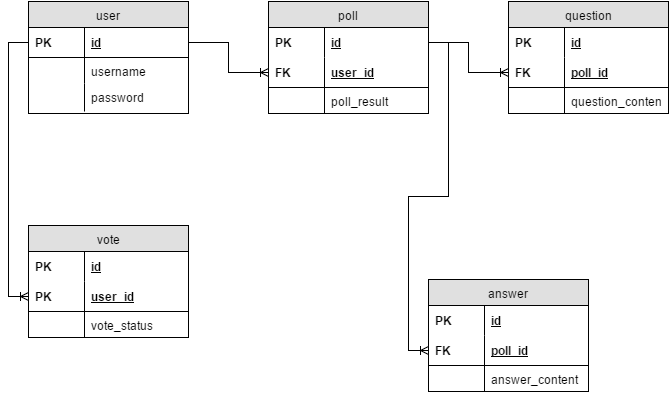
Above: polling_schema.png in blanford-fox-2016/schema-polling (draw.io), before the change. Source tidied: cells renumbered, new cells last; positions are measured from the earlier drawing's top-left corner, leaving out a move shared by most shapes.
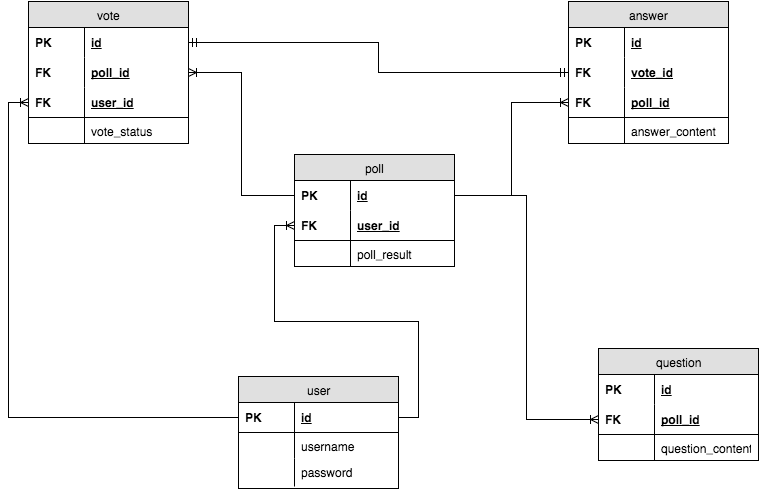
The same file after the commit.

Commit message:
Schema Polling - Revisi

The edit, as a diff of the source:
```diff
@@ -3,7 +3,7 @@
     <mxCell id="0" />
     <mxCell id="1" parent="0" />
     <mxCell id="2" value="user" style="swimlane;html=1;fontStyle=0;horizontal=1;startSize=26;fillColor=#e0e0e0;swimlaneFillColor=#ffffff;align=center;" parent="1" vertex="1">
-      <mxGeometry width="160" height="112" as="geometry" />
+      <mxGeometry x="170" y="398" width="160" height="112" as="geometry" />
     </mxCell>
     <mxCell id="3" value="id" style="shape=partialRectangle;top=0;left=0;right=0;bottom=1;html=1;align=left;verticalAlign=middle;fillColor=none;spacingLeft=60;spacingRight=4;whiteSpace=wrap;overflow=hidden;points=[[0,0.5],[1,0.5]];portConstraint=eastwest;fontStyle=5;" parent="2" vertex="1">
       <mxGeometry y="26" width="160" height="30" as="geometry" />
@@ -24,7 +24,7 @@
       <mxGeometry width="56" height="28" as="geometry" />
     </mxCell>
     <mxCell id="9" value="vote" style="swimlane;html=1;fontStyle=0;horizontal=1;startSize=26;fillColor=#e0e0e0;swimlaneFillColor=#ffffff;align=center;" parent="1" vertex="1">
-      <mxGeometry y="224" width="160" height="112" as="geometry" />
+      <mxGeometry x="-40" y="23" width="160" height="142" as="geometry" />
     </mxCell>
     <mxCell id="10" value="id" style="shape=partialRectangle;top=0;left=0;right=0;bottom=0;html=1;align=left;verticalAlign=middle;fillColor=none;spacingLeft=60;spacingRight=4;whiteSpace=wrap;overflow=hidden;points=[[0,0.5],[1,0.5]];portConstraint=eastwest;fontStyle=5;" parent="9" vertex="1">
       <mxGeometry y="26" width="160" height="30" as="geometry" />
@@ -32,20 +32,26 @@
     <mxCell id="11" value="PK" style="shape=partialRectangle;fontStyle=1;top=0;left=0;bottom=0;html=1;fillColor=none;align=left;verticalAlign=middle;spacingLeft=4;spacingRight=4;whiteSpace=wrap;overflow=hidden;" parent="10" vertex="1">
       <mxGeometry width="56" height="30" as="geometry" />
     </mxCell>
+    <mxCell id="41" value="poll_id" style="shape=partialRectangle;top=0;left=0;right=0;bottom=0;html=1;align=left;verticalAlign=middle;fillColor=none;spacingLeft=60;spacingRight=4;whiteSpace=wrap;overflow=hidden;points=[[0,0.5],[1,0.5]];portConstraint=eastwest;fontStyle=5;" parent="9" vertex="1">
+      <mxGeometry y="56" width="160" height="30" as="geometry" />
+    </mxCell>
+    <mxCell id="42" value="FK" style="shape=partialRectangle;fontStyle=1;top=0;left=0;bottom=0;html=1;fillColor=none;align=left;verticalAlign=middle;spacingLeft=4;spacingRight=4;whiteSpace=wrap;overflow=hidden;" parent="41" vertex="1">
+      <mxGeometry width="56" height="30" as="geometry" />
+    </mxCell>
     <mxCell id="12" value="user_id" style="shape=partialRectangle;top=0;left=0;right=0;bottom=1;html=1;align=left;verticalAlign=middle;fillColor=none;spacingLeft=60;spacingRight=4;whiteSpace=wrap;overflow=hidden;points=[[0,0.5],[1,0.5]];portConstraint=eastwest;fontStyle=5;" parent="9" vertex="1">
-      <mxGeometry y="56" width="160" height="30" as="geometry" />
+      <mxGeometry y="86" width="160" height="30" as="geometry" />
     </mxCell>
-    <mxCell id="13" value="PK" style="shape=partialRectangle;fontStyle=1;top=0;left=0;bottom=0;html=1;fillColor=none;align=left;verticalAlign=middle;spacingLeft=4;spacingRight=4;whiteSpace=wrap;overflow=hidden;" parent="12" vertex="1">
+    <mxCell id="13" value="FK" style="shape=partialRectangle;fontStyle=1;top=0;left=0;bottom=0;html=1;fillColor=none;align=left;verticalAlign=middle;spacingLeft=4;spacingRight=4;whiteSpace=wrap;overflow=hidden;" parent="12" vertex="1">
       <mxGeometry width="56" height="30" as="geometry" />
     </mxCell>
     <mxCell id="14" value="vote_status" style="shape=partialRectangle;top=0;left=0;right=0;bottom=0;html=1;align=left;verticalAlign=top;fillColor=none;spacingLeft=60;spacingRight=4;whiteSpace=wrap;overflow=hidden;" parent="9" vertex="1">
-      <mxGeometry y="86" width="160" height="26" as="geometry" />
+      <mxGeometry y="116" width="160" height="26" as="geometry" />
     </mxCell>
     <mxCell id="15" style="shape=partialRectangle;top=0;left=0;bottom=0;html=1;fillColor=none;align=left;verticalAlign=top;spacingLeft=4;spacingRight=4;whiteSpace=wrap;overflow=hidden;" parent="14" vertex="1">
       <mxGeometry width="56" height="26" as="geometry" />
     </mxCell>
     <mxCell id="16" value="poll" style="swimlane;html=1;fontStyle=0;horizontal=1;startSize=26;fillColor=#e0e0e0;swimlaneFillColor=#ffffff;align=center;" parent="1" vertex="1">
-      <mxGeometry x="240" width="160" height="112" as="geometry" />
+      <mxGeometry x="226" y="176" width="160" height="112" as="geometry" />
     </mxCell>
     <mxCell id="17" value="id" style="shape=partialRectangle;top=0;left=0;right=0;bottom=0;html=1;align=left;verticalAlign=middle;fillColor=none;spacingLeft=60;spacingRight=4;whiteSpace=wrap;overflow=hidden;points=[[0,0.5],[1,0.5]];portConstraint=eastwest;fontStyle=5;" parent="16" vertex="1">
       <mxGeometry y="26" width="160" height="30" as="geometry" />
@@ -66,7 +72,7 @@
       <mxGeometry width="56" height="26" as="geometry" />
     </mxCell>
     <mxCell id="23" value="answer" style="swimlane;html=1;fontStyle=0;horizontal=1;startSize=26;fillColor=#e0e0e0;swimlaneFillColor=#ffffff;align=center;" parent="1" vertex="1">
-      <mxGeometry x="400" y="278" width="160" height="112" as="geometry" />
+      <mxGeometry x="500" y="23" width="160" height="142" as="geometry" />
     </mxCell>
     <mxCell id="24" value="id" style="shape=partialRectangle;top=0;left=0;right=0;bottom=0;html=1;align=left;verticalAlign=middle;fillColor=none;spacingLeft=60;spacingRight=4;whiteSpace=wrap;overflow=hidden;fontStyle=5;" parent="23" vertex="1">
       <mxGeometry y="26" width="160" height="30" as="geometry" />
@@ -74,20 +80,26 @@
     <mxCell id="25" value="PK" style="shape=partialRectangle;fontStyle=1;top=0;left=0;bottom=0;html=1;fillColor=none;align=left;verticalAlign=middle;spacingLeft=4;spacingRight=4;whiteSpace=wrap;overflow=hidden;" parent="24" vertex="1">
       <mxGeometry width="56" height="30" as="geometry" />
     </mxCell>
+    <mxCell id="43" value="vote_id" style="shape=partialRectangle;top=0;left=0;right=0;bottom=0;html=1;align=left;verticalAlign=middle;fillColor=none;spacingLeft=60;spacingRight=4;whiteSpace=wrap;overflow=hidden;points=[[0,0.5],[1,0.5]];portConstraint=eastwest;fontStyle=5;" parent="23" vertex="1">
+      <mxGeometry y="56" width="160" height="30" as="geometry" />
+    </mxCell>
+    <mxCell id="44" value="FK" style="shape=partialRectangle;fontStyle=1;top=0;left=0;bottom=0;html=1;fillColor=none;align=left;verticalAlign=middle;spacingLeft=4;spacingRight=4;whiteSpace=wrap;overflow=hidden;" parent="43" vertex="1">
+      <mxGeometry width="56" height="30" as="geometry" />
+    </mxCell>
     <mxCell id="26" value="poll_id" style="shape=partialRectangle;top=0;left=0;right=0;bottom=1;html=1;align=left;verticalAlign=middle;fillColor=none;spacingLeft=60;spacingRight=4;whiteSpace=wrap;overflow=hidden;points=[[0,0.5],[1,0.5]];portConstraint=eastwest;fontStyle=5;" parent="23" vertex="1">
-      <mxGeometry y="56" width="160" height="30" as="geometry" />
+      <mxGeometry y="86" width="160" height="30" as="geometry" />
     </mxCell>
     <mxCell id="27" value="FK" style="shape=partialRectangle;fontStyle=1;top=0;left=0;bottom=0;html=1;fillColor=none;align=left;verticalAlign=middle;spacingLeft=4;spacingRight=4;whiteSpace=wrap;overflow=hidden;" parent="26" vertex="1">
       <mxGeometry width="56" height="30" as="geometry" />
     </mxCell>
     <mxCell id="28" value="answer_content" style="shape=partialRectangle;top=0;left=0;right=0;bottom=0;html=1;align=left;verticalAlign=top;fillColor=none;spacingLeft=60;spacingRight=4;whiteSpace=wrap;overflow=hidden;" parent="23" vertex="1">
-      <mxGeometry y="86" width="160" height="26" as="geometry" />
+      <mxGeometry y="116" width="160" height="26" as="geometry" />
     </mxCell>
     <mxCell id="29" style="shape=partialRectangle;top=0;left=0;bottom=0;html=1;fillColor=none;align=left;verticalAlign=top;spacingLeft=4;spacingRight=4;whiteSpace=wrap;overflow=hidden;" parent="28" vertex="1">
       <mxGeometry width="56" height="26" as="geometry" />
     </mxCell>
     <mxCell id="30" value="question" style="swimlane;html=1;fontStyle=0;horizontal=1;startSize=26;fillColor=#e0e0e0;swimlaneFillColor=#ffffff;align=center;" parent="1" vertex="1">
-      <mxGeometry x="480" width="160" height="112" as="geometry" />
+      <mxGeometry x="530" y="370" width="160" height="112" as="geometry" />
     </mxCell>
     <mxCell id="31" value="id" style="shape=partialRectangle;top=0;left=0;right=0;bottom=0;html=1;align=left;verticalAlign=middle;fillColor=none;spacingLeft=60;spacingRight=4;whiteSpace=wrap;overflow=hidden;fontStyle=5;" parent="30" vertex="1">
       <mxGeometry y="26" width="160" height="30" as="geometry" />
@@ -119,5 +131,11 @@
     <mxCell id="40" style="edgeStyle=orthogonalEdgeStyle;rounded=0;html=1;exitX=1;exitY=0.5;entryX=0;entryY=0.5;startArrow=none;startFill=0;endArrow=ERoneToMany;endFill=0;jettySize=auto;" parent="1" edge="1" source="17" target="26">
       <mxGeometry relative="1" as="geometry" />
     </mxCell>
+    <mxCell id="45" style="edgeStyle=orthogonalEdgeStyle;rounded=0;html=1;exitX=0;exitY=0.5;endArrow=ERoneToMany;endFill=0;jettySize=auto;" parent="1" edge="1" source="17" target="41">
+      <mxGeometry relative="1" as="geometry" />
+    </mxCell>
+    <mxCell id="46" style="edgeStyle=orthogonalEdgeStyle;rounded=0;html=1;exitX=1;exitY=0.5;entryX=0;entryY=0.5;endArrow=ERmandOne;endFill=0;jettySize=auto;startArrow=ERmandOne;startFill=0;" parent="1" edge="1" source="10" target="43">
+      <mxGeometry relative="1" as="geometry" />
+    </mxCell>
   </root>
 </mxGraphModel>
```
